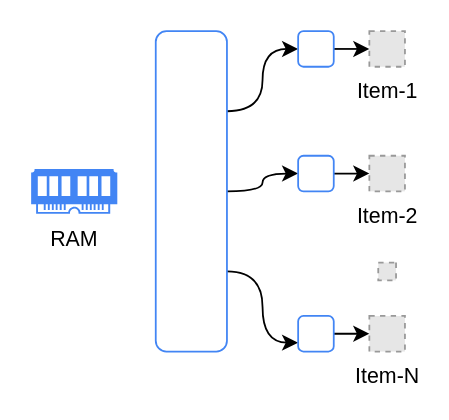
foreignbill/drawio keeps this draw.io diagram as 存算一体.drawio. Above is the earlier version. Source tidied: cells renumbered, new cells numbered last; positions are measured from the earlier drawing's top-left corner, leaving out a move shared by most shapes. Both pictures are drawn from the tidied source at 178%, with x=0, y=0 at pixel (30, 30). Pictures stored in the file or linked from it are replaced by grey dashed boxes.
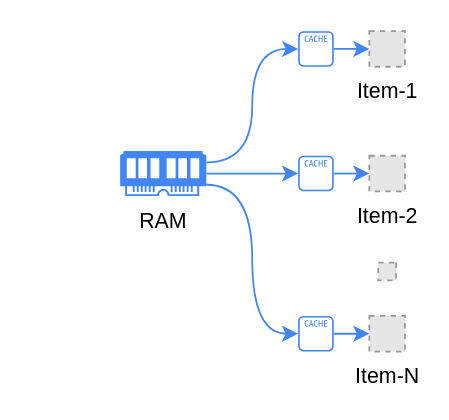
The same diagram, later.

Commit message (it also covers changes not shown here):
更新存算一体.drawio

The edit, as a diff of the source:
```diff
@@
 <mxGraphModel>
   <root>
     <mxCell id="0" />
     <mxCell id="1" parent="0" />
     <mxCell id="2" value="Item-1" style="fillColor=#E6E6E6;strokeColor=#999999;dashed=1;html=1;verticalLabelPosition=bottom;labelBackgroundColor=#ffffff;verticalAlign=top;" parent="1" vertex="1">
       <mxGeometry x="190" width="20" height="20" as="geometry" />
     </mxCell>
     <mxCell id="3" value="Item-2" style="fillColor=#E6E6E6;strokeColor=#999999;dashed=1;html=1;verticalLabelPosition=bottom;labelBackgroundColor=#ffffff;verticalAlign=top;" parent="1" vertex="1">
       <mxGeometry x="190" y="70" width="20" height="20" as="geometry" />
     </mxCell>
     <mxCell id="4" value="Item-N" style="fillColor=#E6E6E6;strokeColor=#999999;dashed=1;html=1;verticalLabelPosition=bottom;labelBackgroundColor=#ffffff;verticalAlign=top;" parent="1" vertex="1">
       <mxGeometry x="190" y="160" width="20" height="20" as="geometry" />
     </mxCell>
     <mxCell id="5" style="fillColor=#E6E6E6;strokeColor=#999999;dashed=1;html=1;verticalAlign=top;verticalLabelPosition=bottom;labelBackgroundColor=#ffffff;rotation=90;" parent="1" vertex="1">
       <mxGeometry x="195" y="130" width="10" height="10" as="geometry" />
     </mxCell>
+    <mxCell id="17" style="edgeStyle=orthogonalEdgeStyle;rounded=0;jettySize=auto;html=1;exitX=1;exitY=0.25;exitDx=0;exitDy=0;exitPerimeter=0;entryX=0;entryY=0.5;entryDx=0;entryDy=0;entryPerimeter=0;curved=1;strokeColor=#4285F4;" parent="1" edge="1" source="6" target="21">
+      <mxGeometry relative="1" as="geometry" />
+    </mxCell>
+    <mxCell id="18" style="edgeStyle=orthogonalEdgeStyle;rounded=0;jettySize=auto;html=1;exitX=1;exitY=0.5;exitDx=0;exitDy=0;exitPerimeter=0;entryX=0;entryY=0.5;entryDx=0;entryDy=0;entryPerimeter=0;curved=1;strokeColor=#4285F4;" parent="1" edge="1" source="6" target="23">
+      <mxGeometry relative="1" as="geometry" />
+    </mxCell>
+    <mxCell id="19" style="edgeStyle=orthogonalEdgeStyle;rounded=0;jettySize=auto;html=1;exitX=1;exitY=0.75;exitDx=0;exitDy=0;exitPerimeter=0;entryX=0;entryY=0.5;entryDx=0;entryDy=0;entryPerimeter=0;curved=1;strokeColor=#4285F4;" parent="1" edge="1" source="6" target="25">
+      <mxGeometry relative="1" as="geometry" />
+    </mxCell>
-    <mxCell id="6" value="RAM" style="shadow=0;dashed=0;html=1;strokeColor=none;fillColor=#4285F4;labelPosition=center;verticalLabelPosition=bottom;verticalAlign=top;align=center;outlineConnect=0;shape=mxgraph.veeam.ram;points=[];" parent="1" vertex="1">
-      <mxGeometry y="77.4" width="48.4" height="25.2" as="geometry" />
+    <mxCell id="6" value="RAM" style="shadow=0;dashed=0;html=1;strokeColor=none;fillColor=#4285F4;labelPosition=center;verticalLabelPosition=bottom;verticalAlign=top;align=center;outlineConnect=0;shape=mxgraph.veeam.ram;points=[[1,0.25,0,0,0],[1,0.5,0,0,0],[1,0.75,0,0,0]];" parent="1" vertex="1">
+      <mxGeometry x="50" y="67.4" width="48.4" height="25.2" as="geometry" />
     </mxCell>
-    <mxCell id="7" style="edgeStyle=orthogonalEdgeStyle;rounded=0;jettySize=auto;html=1;exitX=1;exitY=0.75;exitDx=0;exitDy=0;entryX=0;entryY=0.75;entryDx=0;entryDy=0;curved=1;" parent="1" edge="1" source="10" target="16">
-      <mxGeometry relative="1" as="geometry" />
-    </mxCell>
-    <mxCell id="8" style="edgeStyle=orthogonalEdgeStyle;rounded=0;jettySize=auto;html=1;exitX=1;exitY=0.25;exitDx=0;exitDy=0;entryX=0;entryY=0.5;entryDx=0;entryDy=0;curved=1;" parent="1" edge="1" source="10" target="12">
-      <mxGeometry relative="1" as="geometry" />
-    </mxCell>
-    <mxCell id="9" style="edgeStyle=orthogonalEdgeStyle;rounded=0;jettySize=auto;html=1;exitX=1;exitY=0.5;exitDx=0;exitDy=0;entryX=0;entryY=0.5;entryDx=0;entryDy=0;curved=1;" parent="1" edge="1" source="10" target="14">
-      <mxGeometry relative="1" as="geometry" />
-    </mxCell>
-    <mxCell id="10" style="rounded=1;whiteSpace=wrap;html=1;fillColor=none;strokeColor=#4285F4;" parent="1" vertex="1">
-      <mxGeometry x="70" width="40" height="180" as="geometry" />
-    </mxCell>
-    <mxCell id="11" style="edgeStyle=orthogonalEdgeStyle;rounded=0;jettySize=auto;html=1;exitX=1;exitY=0.5;exitDx=0;exitDy=0;entryX=0;entryY=0.5;entryDx=0;entryDy=0;curved=1;" parent="1" edge="1" source="12" target="2">
-      <mxGeometry relative="1" as="geometry" />
-    </mxCell>
-    <mxCell id="12" style="rounded=1;whiteSpace=wrap;html=1;fillColor=none;strokeColor=#4285F4;" parent="1" vertex="1">
-      <mxGeometry x="150" width="20" height="20" as="geometry" />
-    </mxCell>
-    <mxCell id="13" style="edgeStyle=orthogonalEdgeStyle;rounded=0;jettySize=auto;html=1;exitX=1;exitY=0.5;exitDx=0;exitDy=0;curved=1;" parent="1" edge="1" source="14" target="3">
-      <mxGeometry relative="1" as="geometry" />
-    </mxCell>
-    <mxCell id="14" style="rounded=1;whiteSpace=wrap;html=1;fillColor=none;strokeColor=#4285F4;" parent="1" vertex="1">
-      <mxGeometry x="150" y="70" width="20" height="20" as="geometry" />
-    </mxCell>
-    <mxCell id="15" style="edgeStyle=orthogonalEdgeStyle;rounded=0;jettySize=auto;html=1;exitX=1;exitY=0.5;exitDx=0;exitDy=0;curved=1;" parent="1" edge="1" source="16" target="4">
-      <mxGeometry relative="1" as="geometry" />
-    </mxCell>
-    <mxCell id="16" style="rounded=1;whiteSpace=wrap;html=1;fillColor=none;strokeColor=#4285F4;" parent="1" vertex="1">
-      <mxGeometry x="150" y="160" width="20" height="20" as="geometry" />
-    </mxCell>
+    <mxCell id="20" style="edgeStyle=orthogonalEdgeStyle;rounded=0;jettySize=auto;html=1;exitX=1;exitY=0.5;exitDx=0;exitDy=0;exitPerimeter=0;curved=1;strokeColor=#4285F4;" parent="1" edge="1" source="21" target="2">
+      <mxGeometry relative="1" as="geometry" />
+    </mxCell>
+    <mxCell id="21" style="sketch=0;outlineConnect=0;fontColor=#232F3E;gradientColor=none;fillColor=#4285F4;strokeColor=none;dashed=0;verticalLabelPosition=bottom;verticalAlign=top;align=center;html=1;fontSize=12;fontStyle=0;shape=mxgraph.aws4.cache_node;points=[[0,0.5,0,0,0],[1,0.5,0,0,0]];" parent="1" vertex="1">
+      <mxGeometry x="150" width="20" height="20" as="geometry" />
+    </mxCell>
+    <mxCell id="22" style="edgeStyle=orthogonalEdgeStyle;rounded=0;jettySize=auto;html=1;exitX=1;exitY=0.5;exitDx=0;exitDy=0;exitPerimeter=0;entryX=0;entryY=0.5;entryDx=0;entryDy=0;strokeColor=#4285F4;curved=1;" parent="1" edge="1" source="23" target="3">
+      <mxGeometry relative="1" as="geometry" />
+    </mxCell>
+    <mxCell id="23" style="sketch=0;outlineConnect=0;fontColor=#232F3E;gradientColor=none;fillColor=#4285F4;strokeColor=none;dashed=0;verticalLabelPosition=bottom;verticalAlign=top;align=center;html=1;fontSize=12;fontStyle=0;shape=mxgraph.aws4.cache_node;points=[[0,0.5,0,0,0],[1,0.5,0,0,0]];" parent="1" vertex="1">
+      <mxGeometry x="150" y="70" width="20" height="20" as="geometry" />
+    </mxCell>
+    <mxCell id="24" style="edgeStyle=orthogonalEdgeStyle;rounded=0;jettySize=auto;html=1;exitX=1;exitY=0.5;exitDx=0;exitDy=0;exitPerimeter=0;strokeColor=#4285F4;curved=1;" parent="1" edge="1" source="25" target="4">
+      <mxGeometry relative="1" as="geometry" />
+    </mxCell>
+    <mxCell id="25" style="sketch=0;outlineConnect=0;fontColor=#232F3E;gradientColor=none;fillColor=#4285F4;strokeColor=none;dashed=0;verticalLabelPosition=bottom;verticalAlign=top;align=center;html=1;fontSize=12;fontStyle=0;shape=mxgraph.aws4.cache_node;points=[[0,0.5,0,0,0],[1,0.5,0,0,0]];" parent="1" vertex="1">
+      <mxGeometry x="150" y="160" width="20" height="20" as="geometry" />
+    </mxCell>
   </root>
 </mxGraphModel>
```
